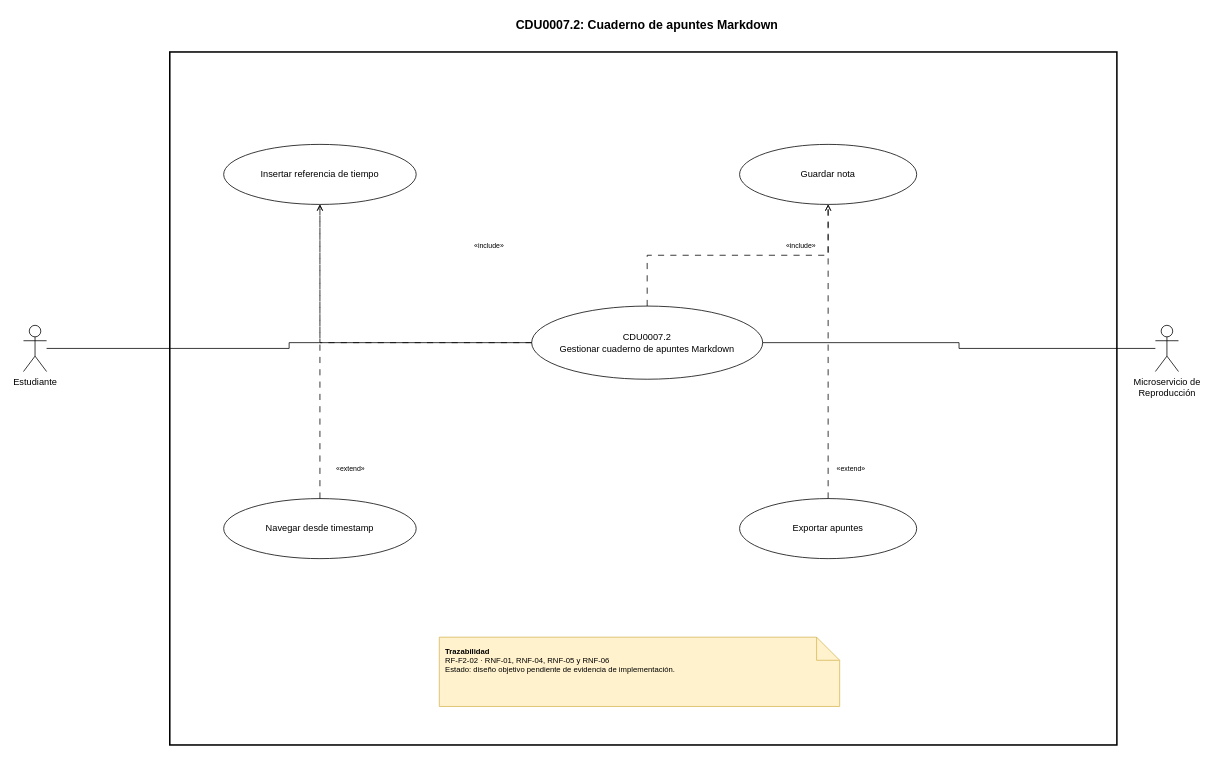
The draw.io diagram Documentacion/CDU/XML/CDU_Expandido_CDU29_202307691.drawio.xml in thanya-gate/SA_PROYECTO_202307691, before the edit. Source tidied: cells renumbered, new cells numbered last; positions are measured from the earlier drawing's top-left corner, leaving out a move shared by most shapes. Both pictures are drawn from the tidied source at 77%, with x=0, y=0 at pixel (23, 13).
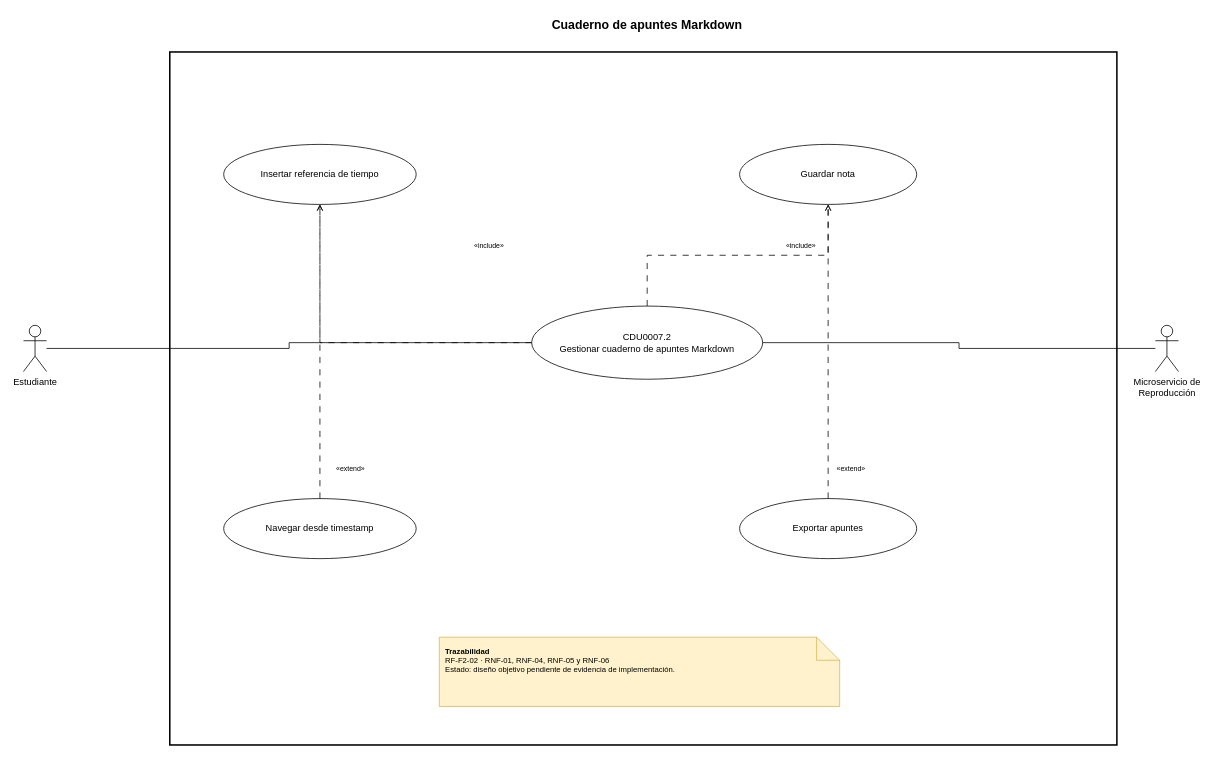
The same page after the edit.

What changed in the source:
```diff
@@
-    <mxCell id="3" value="CDU0007.2: Cuaderno de apuntes Markdown" style="text;html=1;whiteSpace=wrap;strokeColor=none;fillColor=none;align=center;verticalAlign=middle;fontStyle=1;fontSize=16;" parent="1" vertex="1">
+    <mxCell id="3" value="Cuaderno de apuntes Markdown" style="text;html=1;whiteSpace=wrap;strokeColor=none;fillColor=none;align=center;verticalAlign=middle;fontStyle=1;fontSize=16;" parent="1" vertex="1">
       <mxGeometry x="430" width="760" height="30" as="geometry" />
     </mxCell>
```
